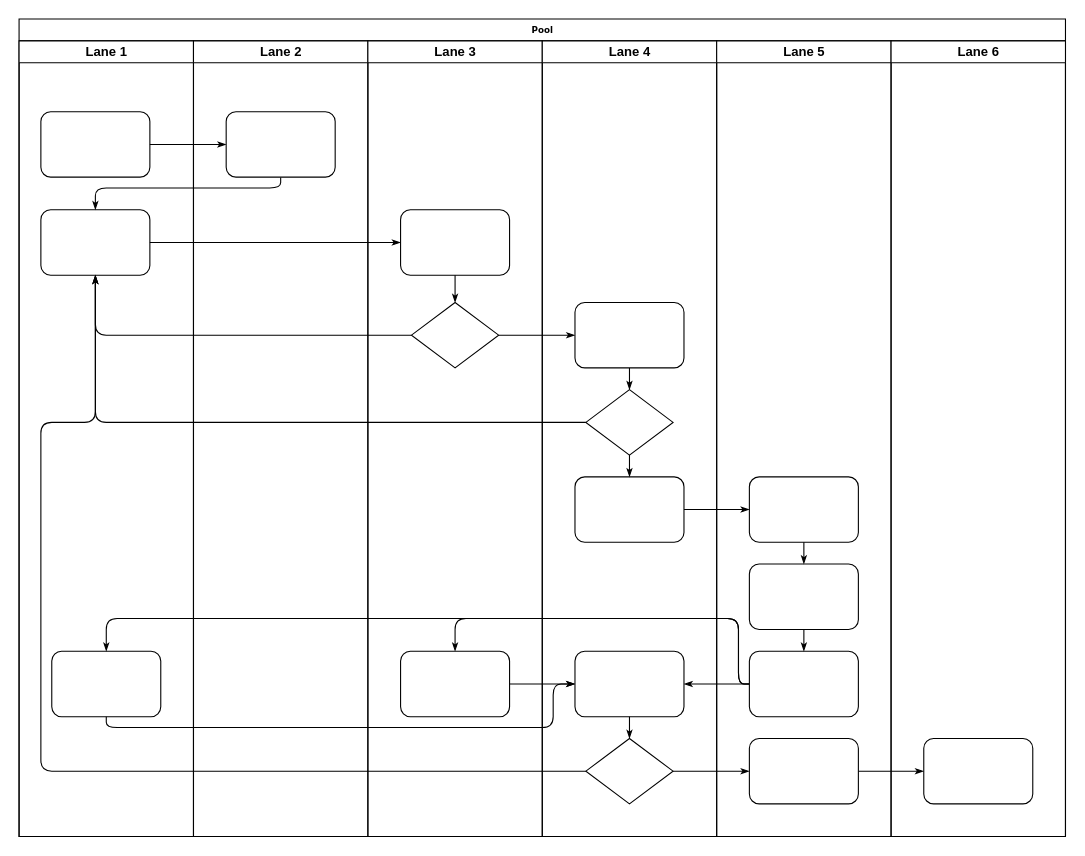
Before: 未命名绘图.drawio in taxiangwuhen/processon_public, a draw.io diagram. Source tidied: cells renumbered, new cells numbered last; positions are measured from the earlier drawing's top-left corner, leaving out a move shared by most shapes. Both pictures are drawn from the tidied source at 109%, with x=0, y=0 at pixel (19, 19).
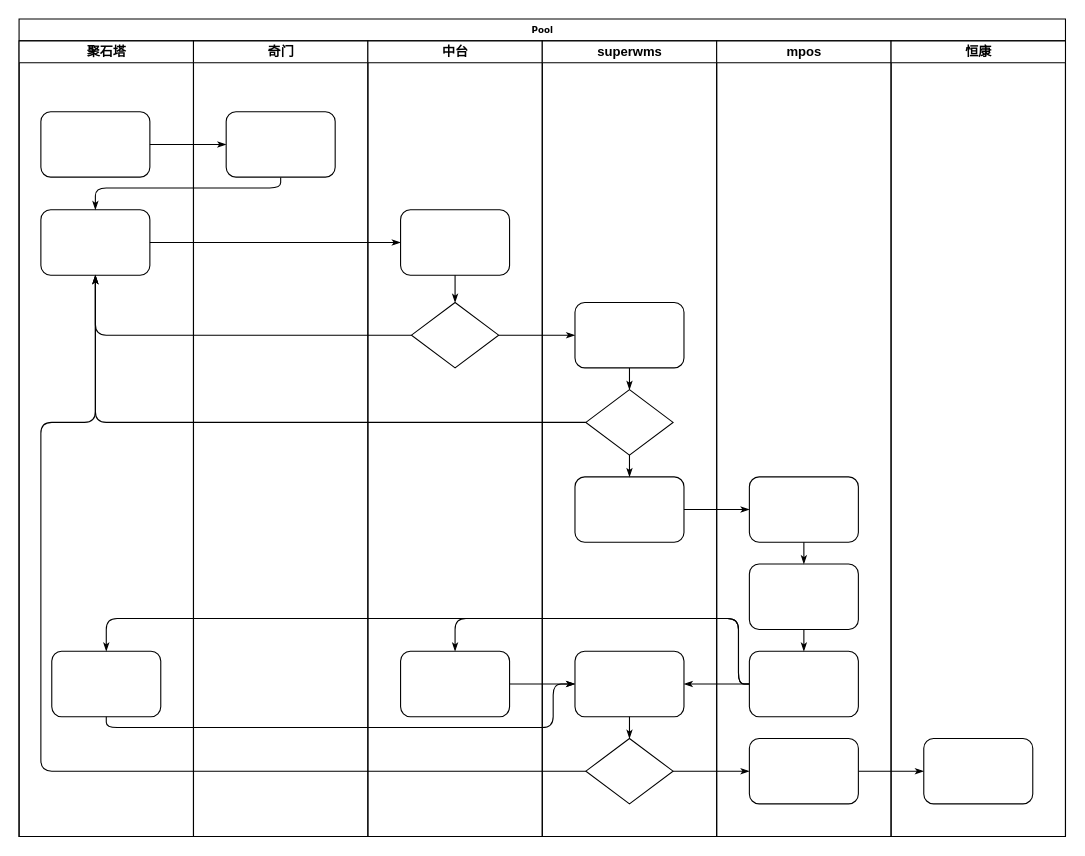
The same page after the edit.

Commit message:
中台订单履单.drawio

The change refers to these unchanged cells:
```xml
<mxCell id="2" value="Pool" style="swimlane;html=1;startSize=20;rounded=0;shadow=0;labelBackgroundColor=none;strokeWidth=1;fontFamily=Verdana;fontSize=8;align=center;" parent="1" vertex="1">
  <mxGeometry width="960" height="750" as="geometry" />
</mxCell>
```

Change to the diagram source:
```diff
@@
-    <mxCell id="3" value="Lane 1" style="swimlane;html=1;startSize=20;" parent="2" vertex="1">
+    <mxCell id="3" value="聚石塔" style="swimlane;html=1;startSize=20;" parent="2" vertex="1">
       <mxGeometry y="20" width="160" height="730" as="geometry" />
     </mxCell>
@@
-    <mxCell id="22" value="Lane 2" style="swimlane;html=1;startSize=20;" parent="2" vertex="1">
+    <mxCell id="22" value="奇门" style="swimlane;html=1;startSize=20;" parent="2" vertex="1">
       <mxGeometry x="160" y="20" width="160" height="730" as="geometry" />
     </mxCell>
@@
-    <mxCell id="24" value="Lane 3" style="swimlane;html=1;startSize=20;" parent="2" vertex="1">
+    <mxCell id="24" value="中台" style="swimlane;html=1;startSize=20;" parent="2" vertex="1">
       <mxGeometry x="320" y="20" width="160" height="730" as="geometry" />
     </mxCell>
@@
-    <mxCell id="29" value="Lane 4" style="swimlane;html=1;startSize=20;" parent="2" vertex="1">
+    <mxCell id="29" value="superwms" style="swimlane;html=1;startSize=20;" parent="2" vertex="1">
       <mxGeometry x="480" y="20" width="160" height="730" as="geometry" />
     </mxCell>
@@
-    <mxCell id="38" value="Lane 5" style="swimlane;html=1;startSize=20;" parent="2" vertex="1">
+    <mxCell id="38" value="mpos" style="swimlane;html=1;startSize=20;" parent="2" vertex="1">
       <mxGeometry x="640" y="20" width="160" height="730" as="geometry" />
     </mxCell>
@@
-    <mxCell id="45" value="Lane 6" style="swimlane;html=1;startSize=20;" parent="2" vertex="1">
+    <mxCell id="45" value="恒康" style="swimlane;html=1;startSize=20;" parent="2" vertex="1">
       <mxGeometry x="800" y="20" width="160" height="730" as="geometry" />
     </mxCell>
```
